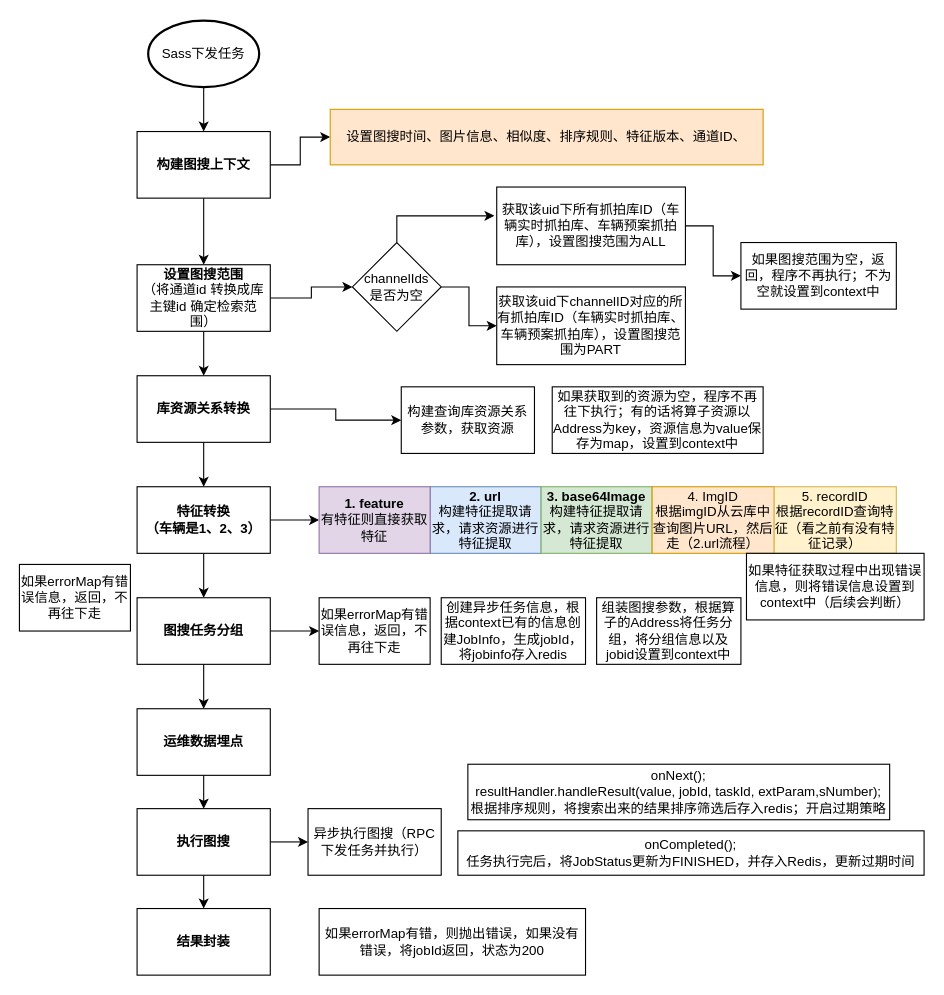
Before: 8.检索/车辆-添加以图搜图任务.drawio in hao14293/drawio, a draw.io diagram. Source tidied: cells renumbered, new cells numbered last; positions are measured from the earlier drawing's top-left corner, leaving out a move shared by most shapes. Both pictures are drawn from the tidied source at 111%, with x=0, y=0 at pixel (19, 20).
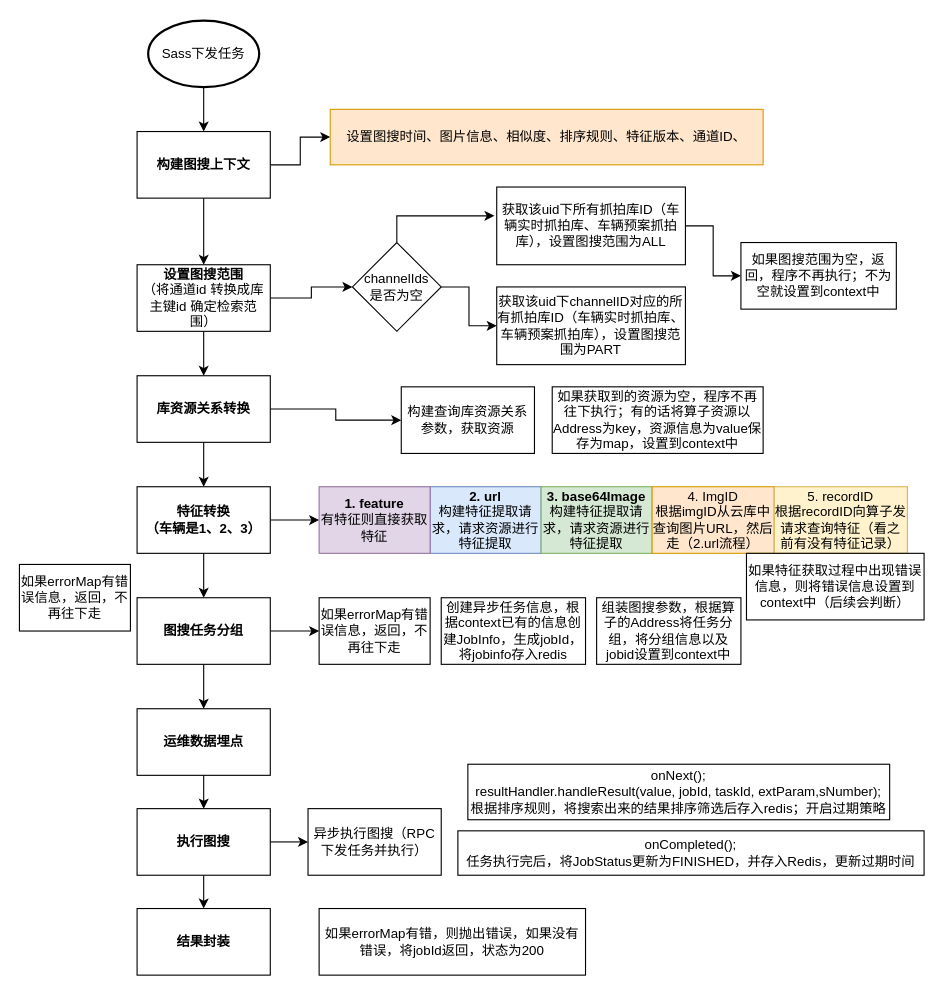
After the change.

Commit message:
更新车辆-添加以图搜图任务.drawio

What changed in the source:
```diff
@@
-    <mxCell id="38" value="5. recordID&lt;div&gt;根据recordID查询特征（看之前有没有特征记录）&lt;/div&gt;" style="rounded=0;whiteSpace=wrap;html=1;fillColor=#fff2cc;strokeColor=#d6b656;" parent="1" vertex="1">
-      <mxGeometry x="680" y="420" width="110" height="60" as="geometry" />
+    <mxCell id="38" value="5. recordID&lt;div&gt;根据recordID向算子发请求查询特征（看之前有没有特征记录）&lt;/div&gt;" style="rounded=0;whiteSpace=wrap;html=1;fillColor=#fff2cc;strokeColor=#d6b656;" parent="1" vertex="1">
+      <mxGeometry x="680" y="420" width="120" height="60" as="geometry" />
     </mxCell>
```
